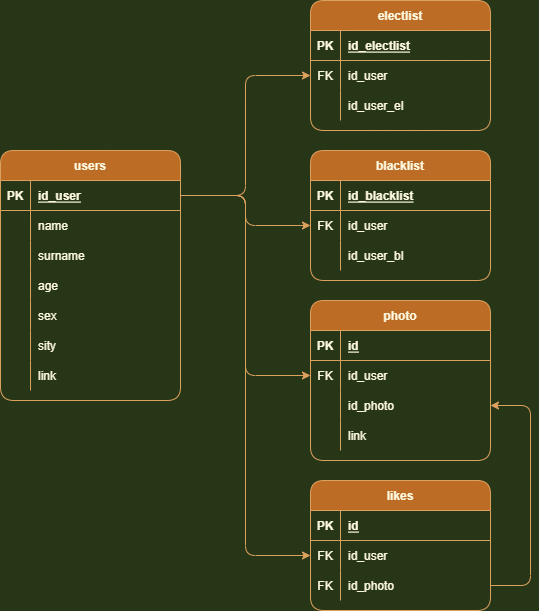
The draw.io diagram diagram/db.png in MarinaZabolotskikh/VKBotProject, before a commit. Source tidied: cells renumbered, new cells last; positions are measured from the earlier drawing's top-left corner, leaving out a move shared by most shapes.
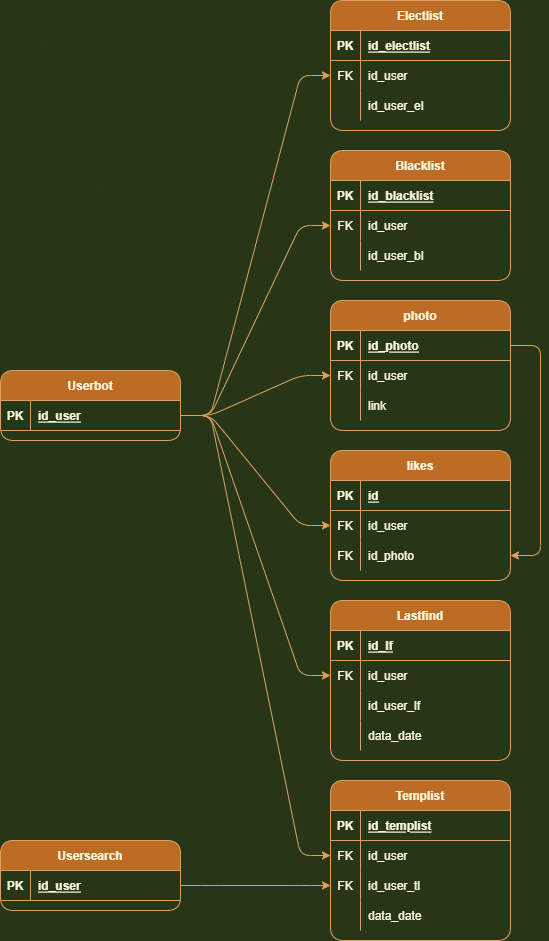
Later version of the same file.

Diff of the diagram source:
```diff
@@ -4,4 +4,4 @@
     <mxCell id="1" parent="0" />
-    <mxCell id="2" value="users" style="shape=table;startSize=30;rowLines=0;fontStyle=1;align=center;fillColor=#BC6C25;strokeColor=#DDA15E;fontColor=#FEFAE0;rounded=1;" parent="1" vertex="1">
-      <mxGeometry y="150" width="180" height="250" as="geometry" />
+    <mxCell id="2" value="Userbot" style="shape=table;startSize=30;rowLines=0;fontStyle=1;align=center;fillColor=#BC6C25;strokeColor=#DDA15E;fontColor=#FEFAE0;rounded=1;" parent="1" vertex="1">
+      <mxGeometry x="-20" y="370" width="180" height="70" as="geometry" />
     </mxCell>
@@ -16,57 +16,3 @@
     </mxCell>
-    <mxCell id="6" style="shape=tableRow;horizontal=0;startSize=0;swimlaneHead=0;swimlaneBody=0;fillColor=none;top=0;left=0;right=0;bottom=0;strokeColor=#DDA15E;fontColor=#FEFAE0;rounded=1;" parent="2" vertex="1">
-      <mxGeometry y="60" width="180" height="30" as="geometry" />
-    </mxCell>
-    <mxCell id="7" style="shape=partialRectangle;fillColor=none;top=0;left=0;bottom=0;right=0;overflow=hidden;strokeColor=#DDA15E;fontColor=#FEFAE0;rounded=1;" parent="6" vertex="1">
-      <mxGeometry width="30" height="30" as="geometry" />
-    </mxCell>
-    <mxCell id="8" value="name" style="shape=partialRectangle;fillColor=none;top=0;left=0;bottom=0;right=0;align=left;spacingLeft=6;overflow=hidden;strokeColor=#DDA15E;fontColor=#FEFAE0;rounded=1;" parent="6" vertex="1">
-      <mxGeometry x="30" width="150" height="30" as="geometry" />
-    </mxCell>
-    <mxCell id="9" style="shape=tableRow;horizontal=0;startSize=0;swimlaneHead=0;swimlaneBody=0;fillColor=none;top=0;left=0;right=0;bottom=0;strokeColor=#DDA15E;fontColor=#FEFAE0;rounded=1;" parent="2" vertex="1">
-      <mxGeometry y="90" width="180" height="30" as="geometry" />
-    </mxCell>
-    <mxCell id="10" style="shape=partialRectangle;fillColor=none;top=0;left=0;bottom=0;right=0;overflow=hidden;strokeColor=#DDA15E;fontColor=#FEFAE0;rounded=1;" parent="9" vertex="1">
-      <mxGeometry width="30" height="30" as="geometry" />
-    </mxCell>
-    <mxCell id="11" value="surname" style="shape=partialRectangle;fillColor=none;top=0;left=0;bottom=0;right=0;align=left;spacingLeft=6;overflow=hidden;strokeColor=#DDA15E;fontColor=#FEFAE0;rounded=1;" parent="9" vertex="1">
-      <mxGeometry x="30" width="150" height="30" as="geometry" />
-    </mxCell>
-    <mxCell id="12" style="shape=tableRow;horizontal=0;startSize=0;swimlaneHead=0;swimlaneBody=0;fillColor=none;top=0;left=0;right=0;bottom=0;strokeColor=#DDA15E;fontColor=#FEFAE0;rounded=1;" parent="2" vertex="1">
-      <mxGeometry y="120" width="180" height="30" as="geometry" />
-    </mxCell>
-    <mxCell id="13" style="shape=partialRectangle;fillColor=none;top=0;left=0;bottom=0;right=0;overflow=hidden;strokeColor=#DDA15E;fontColor=#FEFAE0;rounded=1;" parent="12" vertex="1">
-      <mxGeometry width="30" height="30" as="geometry" />
-    </mxCell>
-    <mxCell id="14" value="age" style="shape=partialRectangle;fillColor=none;top=0;left=0;bottom=0;right=0;align=left;spacingLeft=6;overflow=hidden;strokeColor=#DDA15E;fontColor=#FEFAE0;rounded=1;" parent="12" vertex="1">
-      <mxGeometry x="30" width="150" height="30" as="geometry" />
-    </mxCell>
-    <mxCell id="15" style="shape=tableRow;horizontal=0;startSize=0;swimlaneHead=0;swimlaneBody=0;fillColor=none;top=0;left=0;right=0;bottom=0;strokeColor=#DDA15E;fontColor=#FEFAE0;rounded=1;" parent="2" vertex="1">
-      <mxGeometry y="150" width="180" height="30" as="geometry" />
-    </mxCell>
-    <mxCell id="16" style="shape=partialRectangle;fillColor=none;top=0;left=0;bottom=0;right=0;overflow=hidden;strokeColor=#DDA15E;fontColor=#FEFAE0;rounded=1;" parent="15" vertex="1">
-      <mxGeometry width="30" height="30" as="geometry" />
-    </mxCell>
-    <mxCell id="17" value="sex" style="shape=partialRectangle;fillColor=none;top=0;left=0;bottom=0;right=0;align=left;spacingLeft=6;overflow=hidden;strokeColor=#DDA15E;fontColor=#FEFAE0;rounded=1;" parent="15" vertex="1">
-      <mxGeometry x="30" width="150" height="30" as="geometry" />
-    </mxCell>
-    <mxCell id="18" style="shape=tableRow;horizontal=0;startSize=0;swimlaneHead=0;swimlaneBody=0;fillColor=none;top=0;left=0;right=0;bottom=0;strokeColor=#DDA15E;fontColor=#FEFAE0;rounded=1;" parent="2" vertex="1">
-      <mxGeometry y="180" width="180" height="30" as="geometry" />
-    </mxCell>
-    <mxCell id="19" style="shape=partialRectangle;fillColor=none;top=0;left=0;bottom=0;right=0;overflow=hidden;strokeColor=#DDA15E;fontColor=#FEFAE0;rounded=1;" parent="18" vertex="1">
-      <mxGeometry width="30" height="30" as="geometry" />
-    </mxCell>
-    <mxCell id="20" value="sity" style="shape=partialRectangle;fillColor=none;top=0;left=0;bottom=0;right=0;align=left;spacingLeft=6;overflow=hidden;strokeColor=#DDA15E;fontColor=#FEFAE0;rounded=1;" parent="18" vertex="1">
-      <mxGeometry x="30" width="150" height="30" as="geometry" />
-    </mxCell>
-    <mxCell id="21" style="shape=tableRow;horizontal=0;startSize=0;swimlaneHead=0;swimlaneBody=0;fillColor=none;top=0;left=0;right=0;bottom=0;strokeColor=#DDA15E;fontColor=#FEFAE0;rounded=1;" parent="2" vertex="1">
-      <mxGeometry y="210" width="180" height="30" as="geometry" />
-    </mxCell>
-    <mxCell id="22" style="shape=partialRectangle;fillColor=none;top=0;left=0;bottom=0;right=0;overflow=hidden;strokeColor=#DDA15E;fontColor=#FEFAE0;rounded=1;" parent="21" vertex="1">
-      <mxGeometry width="30" height="30" as="geometry" />
-    </mxCell>
-    <mxCell id="23" value="link" style="shape=partialRectangle;fillColor=none;top=0;left=0;bottom=0;right=0;align=left;spacingLeft=6;overflow=hidden;strokeColor=#DDA15E;fontColor=#FEFAE0;rounded=1;" parent="21" vertex="1">
-      <mxGeometry x="30" width="150" height="30" as="geometry" />
-    </mxCell>
-    <mxCell id="24" value="electlist" style="shape=table;startSize=30;rowLines=0;fontStyle=1;align=center;fillColor=#BC6C25;strokeColor=#DDA15E;fontColor=#FEFAE0;rounded=1;" parent="1" vertex="1">
+    <mxCell id="24" value="Electlist" style="shape=table;startSize=30;rowLines=0;fontStyle=1;align=center;fillColor=#BC6C25;strokeColor=#DDA15E;fontColor=#FEFAE0;rounded=1;" parent="1" vertex="1">
       <mxGeometry x="310" width="180" height="130" as="geometry" />
@@ -100,3 +46,3 @@
     </mxCell>
-    <mxCell id="34" value="blacklist" style="shape=table;startSize=30;rowLines=0;fontStyle=1;align=center;fillColor=#BC6C25;strokeColor=#DDA15E;fontColor=#FEFAE0;rounded=1;" parent="1" vertex="1">
+    <mxCell id="34" value="Blacklist" style="shape=table;startSize=30;rowLines=0;fontStyle=1;align=center;fillColor=#BC6C25;strokeColor=#DDA15E;fontColor=#FEFAE0;rounded=1;" parent="1" vertex="1">
       <mxGeometry x="310" y="150" width="180" height="130" as="geometry" />
@@ -131,3 +77,3 @@
     <mxCell id="44" value="photo" style="shape=table;startSize=30;rowLines=0;fontStyle=1;align=center;fillColor=#BC6C25;strokeColor=#DDA15E;fontColor=#FEFAE0;rounded=1;" parent="1" vertex="1">
-      <mxGeometry x="310" y="300" width="180" height="160" as="geometry" />
+      <mxGeometry x="310" y="300" width="180" height="130" as="geometry" />
     </mxCell>
@@ -139,3 +85,3 @@
     </mxCell>
-    <mxCell id="47" value="id" style="shape=partialRectangle;fillColor=none;top=0;left=0;bottom=0;right=0;align=left;spacingLeft=6;fontStyle=5;overflow=hidden;strokeColor=#DDA15E;fontColor=#FEFAE0;rounded=1;" parent="45" vertex="1">
+    <mxCell id="47" value="id_photo" style="shape=partialRectangle;fillColor=none;top=0;left=0;bottom=0;right=0;align=left;spacingLeft=6;fontStyle=5;overflow=hidden;strokeColor=#DDA15E;fontColor=#FEFAE0;rounded=1;" parent="45" vertex="1">
       <mxGeometry x="30" width="150" height="30" as="geometry" />
@@ -151,13 +97,4 @@
     </mxCell>
-    <mxCell id="51" style="shape=tableRow;horizontal=0;startSize=0;swimlaneHead=0;swimlaneBody=0;fillColor=none;points=[[0,0.5],[1,0.5]];portConstraint=eastwest;top=0;left=0;right=0;bottom=0;strokeColor=#DDA15E;fontColor=#FEFAE0;rounded=1;" parent="44" vertex="1">
-      <mxGeometry y="90" width="180" height="30" as="geometry" />
-    </mxCell>
-    <mxCell id="52" style="shape=partialRectangle;fillColor=none;top=0;left=0;bottom=0;right=0;overflow=hidden;strokeColor=#DDA15E;fontColor=#FEFAE0;rounded=1;" parent="51" vertex="1">
-      <mxGeometry width="30" height="30" as="geometry" />
-    </mxCell>
-    <mxCell id="53" value="id_photo" style="shape=partialRectangle;fillColor=none;top=0;left=0;bottom=0;right=0;align=left;spacingLeft=6;overflow=hidden;strokeColor=#DDA15E;fontColor=#FEFAE0;rounded=1;" parent="51" vertex="1">
-      <mxGeometry x="30" width="150" height="30" as="geometry" />
-    </mxCell>
     <mxCell id="54" style="shape=tableRow;horizontal=0;startSize=0;swimlaneHead=0;swimlaneBody=0;fillColor=none;top=0;left=0;right=0;bottom=0;strokeColor=#DDA15E;fontColor=#FEFAE0;rounded=1;" parent="44" vertex="1">
-      <mxGeometry y="120" width="180" height="30" as="geometry" />
+      <mxGeometry y="90" width="180" height="30" as="geometry" />
     </mxCell>
@@ -170,3 +107,3 @@
     <mxCell id="57" value="likes" style="shape=table;startSize=30;rowLines=0;fontStyle=1;align=center;fillColor=#BC6C25;strokeColor=#DDA15E;fontColor=#FEFAE0;rounded=1;" parent="1" vertex="1">
-      <mxGeometry x="310" y="480" width="180" height="130" as="geometry" />
+      <mxGeometry x="310" y="450" width="180" height="130" as="geometry" />
     </mxCell>
@@ -199,22 +136,116 @@
     </mxCell>
-    <mxCell id="67" style="endArrow=classic;html=1;rounded=1;exitX=1;exitY=0.5;exitDx=0;exitDy=0;entryX=0;entryY=0.5;entryDx=0;entryDy=0;edgeStyle=orthogonalEdgeStyle;labelBackgroundColor=#283618;strokeColor=#DDA15E;fontColor=#FEFAE0;" parent="1" edge="1" source="3" target="28">
+    <mxCell id="67" style="endArrow=classic;html=1;rounded=1;exitX=1;exitY=0.5;exitDx=0;exitDy=0;entryX=0;entryY=0.5;entryDx=0;entryDy=0;edgeStyle=entityRelationEdgeStyle;labelBackgroundColor=#283618;strokeColor=#DDA15E;fontColor=#FEFAE0;" parent="1" edge="1" source="3" target="28">
       <mxGeometry relative="1" as="geometry" />
     </mxCell>
-    <mxCell id="68" style="endArrow=classic;html=1;rounded=1;exitX=1;exitY=0.5;exitDx=0;exitDy=0;entryX=0;entryY=0.5;entryDx=0;entryDy=0;edgeStyle=orthogonalEdgeStyle;labelBackgroundColor=#283618;strokeColor=#DDA15E;fontColor=#FEFAE0;" parent="1" edge="1" source="3" target="38">
+    <mxCell id="68" style="endArrow=classic;html=1;rounded=1;exitX=1;exitY=0.5;exitDx=0;exitDy=0;entryX=0;entryY=0.5;entryDx=0;entryDy=0;edgeStyle=entityRelationEdgeStyle;labelBackgroundColor=#283618;strokeColor=#DDA15E;fontColor=#FEFAE0;" parent="1" edge="1" source="3" target="38">
       <mxGeometry relative="1" as="geometry" />
     </mxCell>
-    <mxCell id="69" style="endArrow=classic;html=1;rounded=1;exitX=1;exitY=0.5;exitDx=0;exitDy=0;entryX=0;entryY=0.5;entryDx=0;entryDy=0;edgeStyle=orthogonalEdgeStyle;labelBackgroundColor=#283618;strokeColor=#DDA15E;fontColor=#FEFAE0;" parent="1" edge="1" source="3" target="48">
+    <mxCell id="69" style="endArrow=classic;html=1;rounded=1;exitX=1;exitY=0.5;exitDx=0;exitDy=0;entryX=0;entryY=0.5;entryDx=0;entryDy=0;edgeStyle=entityRelationEdgeStyle;labelBackgroundColor=#283618;strokeColor=#DDA15E;fontColor=#FEFAE0;" parent="1" edge="1" source="3" target="48">
       <mxGeometry relative="1" as="geometry" />
     </mxCell>
-    <mxCell id="70" style="endArrow=classic;html=1;rounded=1;exitX=1;exitY=0.5;exitDx=0;exitDy=0;entryX=1;entryY=0.5;entryDx=0;entryDy=0;edgeStyle=orthogonalEdgeStyle;labelBackgroundColor=#283618;strokeColor=#DDA15E;fontColor=#FEFAE0;" parent="1" edge="1" source="64" target="51">
-      <mxGeometry relative="1" as="geometry">
-        <Array as="points">
-          <mxPoint x="530" y="585" />
-          <mxPoint x="530" y="405" />
-        </Array>
-      </mxGeometry>
+    <mxCell id="70" style="endArrow=classic;html=1;rounded=1;exitX=1;exitY=0.5;exitDx=0;exitDy=0;entryX=1;entryY=0.5;entryDx=0;entryDy=0;edgeStyle=entityRelationEdgeStyle;labelBackgroundColor=#283618;strokeColor=#DDA15E;fontColor=#FEFAE0;" parent="1" edge="1" source="45" target="64">
+      <mxGeometry relative="1" as="geometry" />
     </mxCell>
-    <mxCell id="71" style="endArrow=classic;html=1;rounded=1;exitX=1;exitY=0.5;exitDx=0;exitDy=0;entryX=0;entryY=0.5;entryDx=0;entryDy=0;edgeStyle=orthogonalEdgeStyle;labelBackgroundColor=#283618;strokeColor=#DDA15E;fontColor=#FEFAE0;" parent="1" edge="1" source="3" target="61">
+    <mxCell id="71" style="endArrow=classic;html=1;rounded=1;exitX=1;exitY=0.5;exitDx=0;exitDy=0;entryX=0;entryY=0.5;entryDx=0;entryDy=0;edgeStyle=entityRelationEdgeStyle;labelBackgroundColor=#283618;strokeColor=#DDA15E;fontColor=#FEFAE0;" parent="1" edge="1" source="3" target="61">
       <mxGeometry relative="1" as="geometry" />
     </mxCell>
+    <mxCell id="72" value="Usersearch" style="shape=table;startSize=30;rowLines=0;fontStyle=1;align=center;fillColor=#BC6C25;strokeColor=#DDA15E;fontColor=#FEFAE0;rounded=1;" parent="1" vertex="1">
+      <mxGeometry x="-20" y="840" width="180" height="70" as="geometry" />
+    </mxCell>
+    <mxCell id="73" style="shape=tableRow;horizontal=0;startSize=0;swimlaneHead=0;swimlaneBody=0;fillColor=none;points=[[0,0.5],[1,0.5]];portConstraint=eastwest;top=0;left=0;right=0;bottom=1;strokeColor=#DDA15E;fontColor=#FEFAE0;rounded=1;" parent="72" vertex="1">
+      <mxGeometry y="30" width="180" height="30" as="geometry" />
+    </mxCell>
+    <mxCell id="74" value="PK" style="shape=partialRectangle;fillColor=none;top=0;left=0;bottom=0;right=0;fontStyle=1;overflow=hidden;strokeColor=#DDA15E;fontColor=#FEFAE0;rounded=1;" parent="73" vertex="1">
+      <mxGeometry width="30" height="30" as="geometry" />
+    </mxCell>
+    <mxCell id="75" value="id_user" style="shape=partialRectangle;fillColor=none;top=0;left=0;bottom=0;right=0;align=left;spacingLeft=6;fontStyle=5;overflow=hidden;strokeColor=#DDA15E;fontColor=#FEFAE0;rounded=1;" parent="73" vertex="1">
+      <mxGeometry x="30" width="150" height="30" as="geometry" />
+    </mxCell>
+    <mxCell id="76" value="Templist" style="shape=table;startSize=30;rowLines=0;fontStyle=1;align=center;fillColor=#BC6C25;strokeColor=#DDA15E;fontColor=#FEFAE0;rounded=1;" parent="1" vertex="1">
+      <mxGeometry x="310" y="780" width="180" height="160" as="geometry" />
+    </mxCell>
+    <mxCell id="77" style="shape=tableRow;horizontal=0;startSize=0;swimlaneHead=0;swimlaneBody=0;fillColor=none;top=0;left=0;right=0;bottom=1;strokeColor=#DDA15E;fontColor=#FEFAE0;rounded=1;" parent="76" vertex="1">
+      <mxGeometry y="30" width="180" height="30" as="geometry" />
+    </mxCell>
+    <mxCell id="78" value="PK" style="shape=partialRectangle;fillColor=none;top=0;left=0;bottom=0;right=0;fontStyle=1;overflow=hidden;strokeColor=#DDA15E;fontColor=#FEFAE0;rounded=1;" parent="77" vertex="1">
+      <mxGeometry width="30" height="30" as="geometry" />
+    </mxCell>
+    <mxCell id="79" value="id_templist" style="shape=partialRectangle;fillColor=none;top=0;left=0;bottom=0;right=0;align=left;spacingLeft=6;fontStyle=5;overflow=hidden;strokeColor=#DDA15E;fontColor=#FEFAE0;rounded=1;" parent="77" vertex="1">
+      <mxGeometry x="30" width="150" height="30" as="geometry" />
+    </mxCell>
+    <mxCell id="80" style="shape=tableRow;horizontal=0;startSize=0;swimlaneHead=0;swimlaneBody=0;fillColor=none;points=[[0,0.5],[1,0.5]];portConstraint=eastwest;top=0;left=0;right=0;bottom=0;strokeColor=#DDA15E;fontColor=#FEFAE0;rounded=1;" parent="76" vertex="1">
+      <mxGeometry y="60" width="180" height="30" as="geometry" />
+    </mxCell>
+    <mxCell id="81" value="FK" style="shape=partialRectangle;fillColor=none;top=0;left=0;bottom=0;right=0;overflow=hidden;strokeColor=#DDA15E;fontColor=#FEFAE0;rounded=1;" parent="80" vertex="1">
+      <mxGeometry width="30" height="30" as="geometry" />
+    </mxCell>
+    <mxCell id="82" value="id_user" style="shape=partialRectangle;fillColor=none;top=0;left=0;bottom=0;right=0;align=left;spacingLeft=6;overflow=hidden;strokeColor=#DDA15E;fontColor=#FEFAE0;rounded=1;" parent="80" vertex="1">
+      <mxGeometry x="30" width="150" height="30" as="geometry" />
+    </mxCell>
+    <mxCell id="83" style="shape=tableRow;horizontal=0;startSize=0;swimlaneHead=0;swimlaneBody=0;fillColor=none;points=[[0,0.5],[1,0.5]];portConstraint=eastwest;top=0;left=0;right=0;bottom=0;strokeColor=#DDA15E;fontColor=#FEFAE0;rounded=1;" parent="76" vertex="1">
+      <mxGeometry y="90" width="180" height="30" as="geometry" />
+    </mxCell>
+    <mxCell id="84" value="FK" style="shape=partialRectangle;fillColor=none;top=0;left=0;bottom=0;right=0;overflow=hidden;strokeColor=#DDA15E;fontColor=#FEFAE0;rounded=1;" parent="83" vertex="1">
+      <mxGeometry width="30" height="30" as="geometry" />
+    </mxCell>
+    <mxCell id="85" value="id_user_tl" style="shape=partialRectangle;fillColor=none;top=0;left=0;bottom=0;right=0;align=left;spacingLeft=6;overflow=hidden;strokeColor=#DDA15E;fontColor=#FEFAE0;rounded=1;" parent="83" vertex="1">
+      <mxGeometry x="30" width="150" height="30" as="geometry" />
+    </mxCell>
+    <mxCell id="86" style="shape=tableRow;horizontal=0;startSize=0;swimlaneHead=0;swimlaneBody=0;fillColor=none;top=0;left=0;right=0;bottom=0;strokeColor=#DDA15E;fontColor=#FEFAE0;rounded=1;" parent="76" vertex="1">
+      <mxGeometry y="120" width="180" height="30" as="geometry" />
+    </mxCell>
+    <mxCell id="87" style="shape=partialRectangle;fillColor=none;top=0;left=0;bottom=0;right=0;overflow=hidden;strokeColor=#DDA15E;fontColor=#FEFAE0;rounded=1;" parent="86" vertex="1">
+      <mxGeometry width="30" height="30" as="geometry" />
+    </mxCell>
+    <mxCell id="88" value="data_date" style="shape=partialRectangle;fillColor=none;top=0;left=0;bottom=0;right=0;align=left;spacingLeft=6;overflow=hidden;strokeColor=#DDA15E;fontColor=#FEFAE0;rounded=1;" parent="86" vertex="1">
+      <mxGeometry x="30" width="150" height="30" as="geometry" />
+    </mxCell>
+    <mxCell id="89" value="Lastfind" style="shape=table;startSize=30;rowLines=0;fontStyle=1;align=center;fillColor=#BC6C25;strokeColor=#DDA15E;fontColor=#FEFAE0;rounded=1;" parent="1" vertex="1">
+      <mxGeometry x="310" y="600" width="180" height="160" as="geometry" />
+    </mxCell>
+    <mxCell id="90" style="shape=tableRow;horizontal=0;startSize=0;swimlaneHead=0;swimlaneBody=0;fillColor=none;top=0;left=0;right=0;bottom=1;strokeColor=#DDA15E;fontColor=#FEFAE0;rounded=1;" parent="89" vertex="1">
+      <mxGeometry y="30" width="180" height="30" as="geometry" />
+    </mxCell>
+    <mxCell id="91" value="PK" style="shape=partialRectangle;fillColor=none;top=0;left=0;bottom=0;right=0;fontStyle=1;overflow=hidden;strokeColor=#DDA15E;fontColor=#FEFAE0;rounded=1;" parent="90" vertex="1">
+      <mxGeometry width="30" height="30" as="geometry" />
+    </mxCell>
+    <mxCell id="92" value="id_lf" style="shape=partialRectangle;fillColor=none;top=0;left=0;bottom=0;right=0;align=left;spacingLeft=6;fontStyle=5;overflow=hidden;strokeColor=#DDA15E;fontColor=#FEFAE0;rounded=1;" parent="90" vertex="1">
+      <mxGeometry x="30" width="150" height="30" as="geometry" />
+    </mxCell>
+    <mxCell id="93" style="shape=tableRow;horizontal=0;startSize=0;swimlaneHead=0;swimlaneBody=0;fillColor=none;points=[[0,0.5],[1,0.5]];portConstraint=eastwest;top=0;left=0;right=0;bottom=0;strokeColor=#DDA15E;fontColor=#FEFAE0;rounded=1;" parent="89" vertex="1">
+      <mxGeometry y="60" width="180" height="30" as="geometry" />
+    </mxCell>
+    <mxCell id="94" value="FK" style="shape=partialRectangle;fillColor=none;top=0;left=0;bottom=0;right=0;overflow=hidden;strokeColor=#DDA15E;fontColor=#FEFAE0;rounded=1;" parent="93" vertex="1">
+      <mxGeometry width="30" height="30" as="geometry" />
+    </mxCell>
+    <mxCell id="95" value="id_user" style="shape=partialRectangle;fillColor=none;top=0;left=0;bottom=0;right=0;align=left;spacingLeft=6;overflow=hidden;strokeColor=#DDA15E;fontColor=#FEFAE0;rounded=1;" parent="93" vertex="1">
+      <mxGeometry x="30" width="150" height="30" as="geometry" />
+    </mxCell>
+    <mxCell id="96" style="shape=tableRow;horizontal=0;startSize=0;swimlaneHead=0;swimlaneBody=0;fillColor=none;top=0;left=0;right=0;bottom=0;strokeColor=#DDA15E;fontColor=#FEFAE0;rounded=1;" parent="89" vertex="1">
+      <mxGeometry y="90" width="180" height="30" as="geometry" />
+    </mxCell>
+    <mxCell id="97" style="shape=partialRectangle;fillColor=none;top=0;left=0;bottom=0;right=0;overflow=hidden;strokeColor=#DDA15E;fontColor=#FEFAE0;rounded=1;" parent="96" vertex="1">
+      <mxGeometry width="30" height="30" as="geometry" />
+    </mxCell>
+    <mxCell id="98" value="id_user_lf" style="shape=partialRectangle;fillColor=none;top=0;left=0;bottom=0;right=0;align=left;spacingLeft=6;overflow=hidden;strokeColor=#DDA15E;fontColor=#FEFAE0;rounded=1;" parent="96" vertex="1">
+      <mxGeometry x="30" width="150" height="30" as="geometry" />
+    </mxCell>
+    <mxCell id="99" style="shape=tableRow;horizontal=0;startSize=0;swimlaneHead=0;swimlaneBody=0;fillColor=none;top=0;left=0;right=0;bottom=0;strokeColor=#DDA15E;fontColor=#FEFAE0;rounded=1;" parent="89" vertex="1">
+      <mxGeometry y="120" width="180" height="30" as="geometry" />
+    </mxCell>
+    <mxCell id="100" style="shape=partialRectangle;fillColor=none;top=0;left=0;bottom=0;right=0;overflow=hidden;strokeColor=#DDA15E;fontColor=#FEFAE0;rounded=1;" parent="99" vertex="1">
+      <mxGeometry width="30" height="30" as="geometry" />
+    </mxCell>
+    <mxCell id="101" value="data_date" style="shape=partialRectangle;fillColor=none;top=0;left=0;bottom=0;right=0;align=left;spacingLeft=6;overflow=hidden;strokeColor=#DDA15E;fontColor=#FEFAE0;rounded=1;" parent="99" vertex="1">
+      <mxGeometry x="30" width="150" height="30" as="geometry" />
+    </mxCell>
+    <mxCell id="102" style="endArrow=classic;html=1;rounded=1;exitX=1;exitY=0.5;exitDx=0;exitDy=0;entryX=0;entryY=0.5;entryDx=0;entryDy=0;labelBackgroundColor=#283618;strokeColor=#DDA15E;fontColor=#FEFAE0;edgeStyle=entityRelationEdgeStyle;" parent="1" edge="1" source="73" target="83">
+      <mxGeometry relative="1" as="geometry" />
+    </mxCell>
+    <mxCell id="103" style="endArrow=classic;html=1;rounded=1;exitX=1;exitY=0.5;exitDx=0;exitDy=0;entryX=0;entryY=0.5;entryDx=0;entryDy=0;labelBackgroundColor=#283618;strokeColor=#DDA15E;fontColor=#FEFAE0;edgeStyle=entityRelationEdgeStyle;" parent="1" edge="1" source="3" target="80">
+      <mxGeometry relative="1" as="geometry" />
+    </mxCell>
+    <mxCell id="104" style="endArrow=classic;html=1;rounded=1;exitX=1;exitY=0.5;exitDx=0;exitDy=0;entryX=0;entryY=0.5;entryDx=0;entryDy=0;labelBackgroundColor=#283618;strokeColor=#DDA15E;fontColor=#FEFAE0;edgeStyle=entityRelationEdgeStyle;" parent="1" edge="1" source="3" target="93">
+      <mxGeometry relative="1" as="geometry" />
+    </mxCell>
   </root>
```
